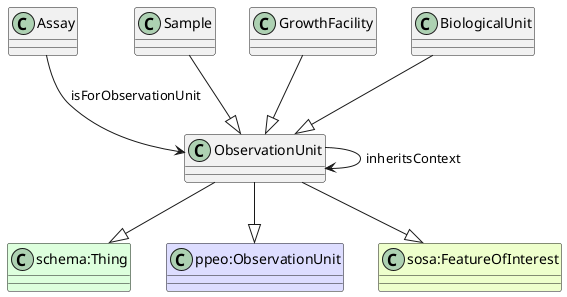
aus-plant-phenomics-network/appn-schema keeps this PlantUML diagram as ttl_uml/ttl_appn_ObservationUnit.png. Above is the earlier version.
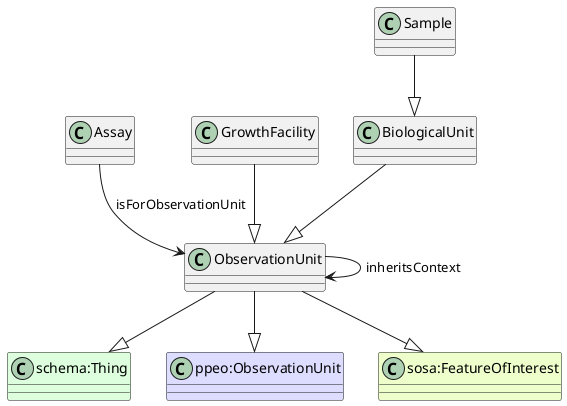
Above is the later version.

Commit message:
Sample as subclass of BiologicalUnit

What changed in the source:
```diff
@@ -10,10 +10,10 @@
 Assay --> ObservationUnit : isForObservationUnit
 class ObservationUnit
 ObservationUnit --> ObservationUnit : inheritsContext
-class Sample
-Sample --|> ObservationUnit
 class GrowthFacility
 GrowthFacility --|> ObservationUnit
 class BiologicalUnit
+class Sample
+Sample --|> BiologicalUnit
 BiologicalUnit --|> ObservationUnit
 @enduml
```
